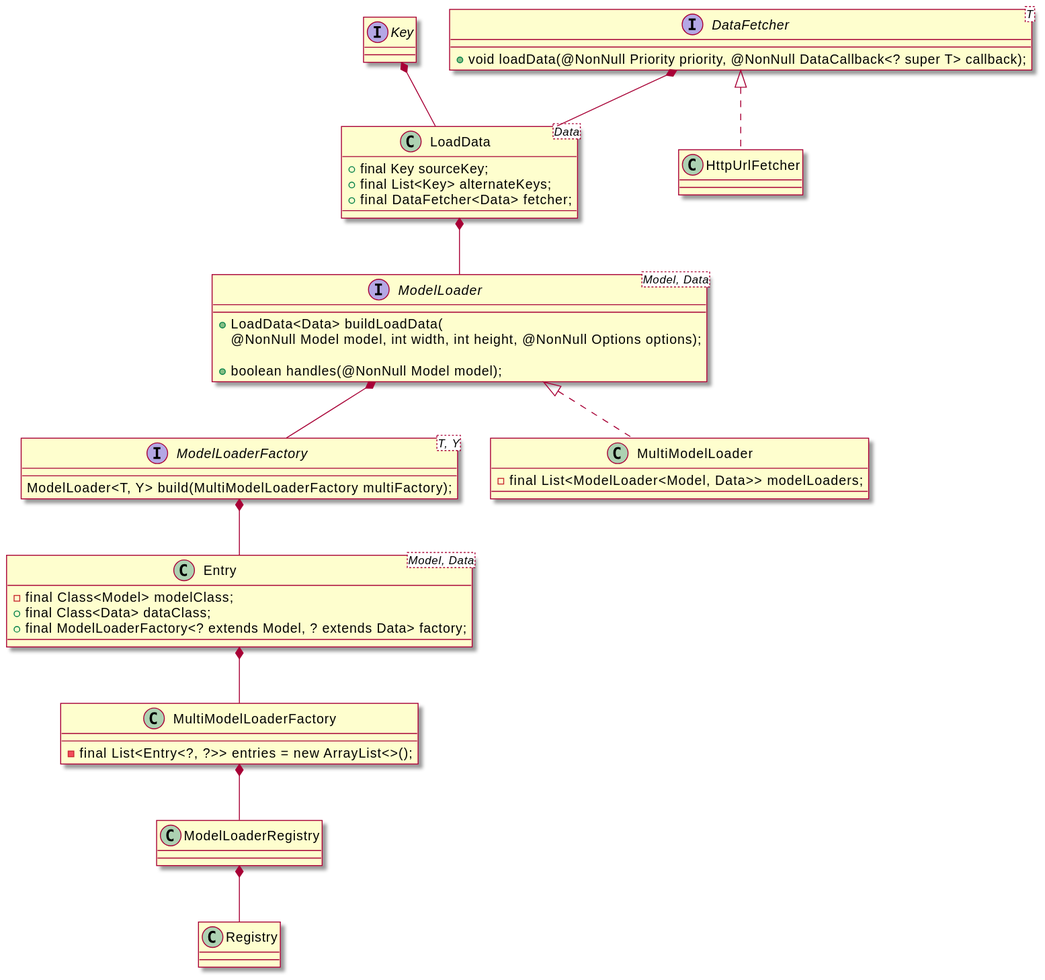
Earlier version of the PlantUML export p/glide编解码流程/ModelLoader类图.svg (xiangcman/xiangcman.github.io).
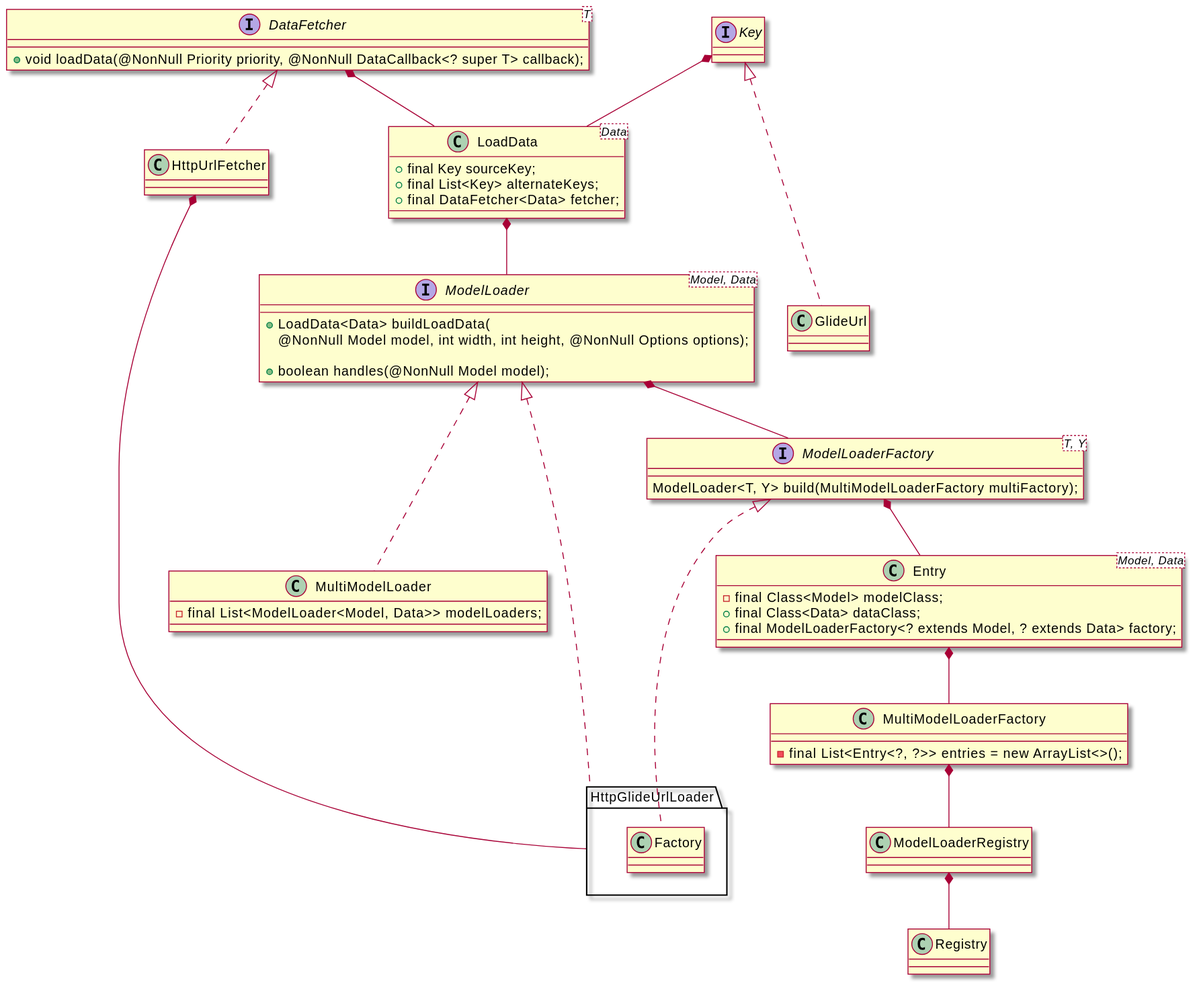
After the change.

Diff of the diagram source:
```diff
@@ -11,6 +11,7 @@
 
 interface Key{
 }
+GlideUrl .up..|>Key
 interface ModelLoader<Model, Data>{
     + LoadData<Data> buildLoadData(
           @NonNull Model model, int width, int height, @NonNull Options options);
@@ -29,13 +30,18 @@
 class MultiModelLoader{
     - final List<ModelLoader<Model, Data>> modelLoaders;
 }
+class HttpGlideUrlLoader.Factory
 class HttpUrlFetcher
 LoadData -up-* DataFetcher
 ModelLoader -up-* LoadData
 LoadData -up-* Key
 ModelLoaderFactory -up-* ModelLoader
+
 Entry -up-* ModelLoaderFactory
-MultiModelLoader .up.|>ModelLoader
+MultiModelLoader .up..|>ModelLoader
+HttpGlideUrlLoader .up.|>ModelLoader
+HttpGlideUrlLoader.Factory .up...|>ModelLoaderFactory
+HttpGlideUrlLoader -up-* HttpUrlFetcher
 HttpUrlFetcher .up.|>DataFetcher
 Registry -up-* ModelLoaderRegistry
 ModelLoaderRegistry -up-* MultiModelLoaderFactory
```
